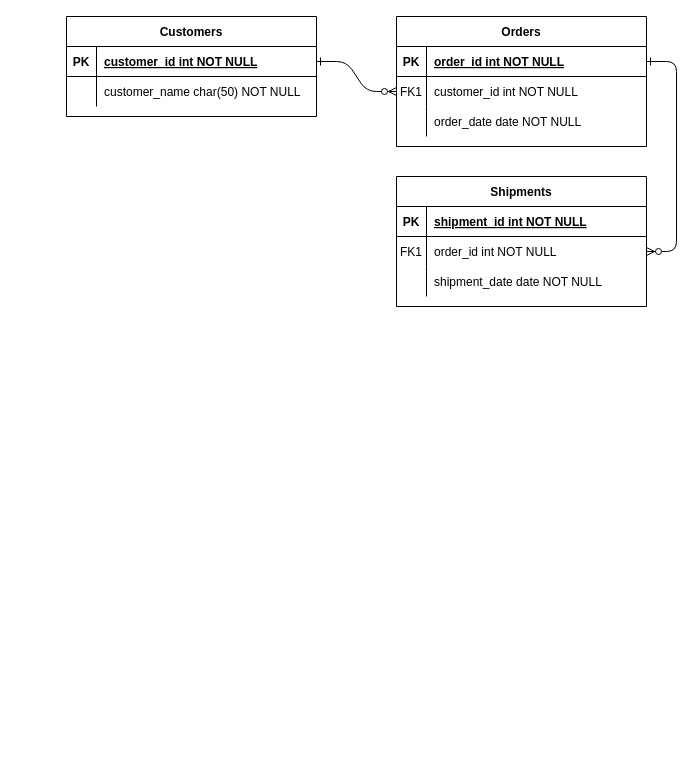
Before: Untitled Diagram.drawio in caiqalmeida/draw-io, a draw.io diagram. Source tidied: cells renumbered, new cells numbered last; positions are measured from the earlier drawing's top-left corner, leaving out a move shared by most shapes. Both pictures are drawn from the tidied source at 100%, with x=0, y=0 at pixel (66, 16).
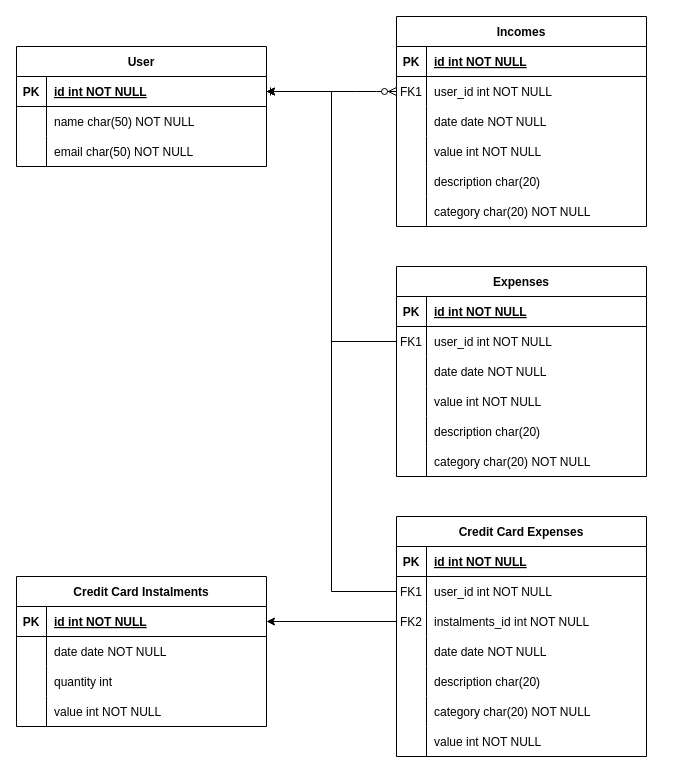
The same page after the edit.

The change refers to these unchanged cells:
```xml
<mxCell id="5" style="shape=partialRectangle;fillColor=none;points=[[0,0.5],[1,0.5]];portConstraint=eastwest;top=0;left=0;right=0;bottom=1;" parent="4" vertex="1">
  <mxGeometry y="30" width="250" height="30" as="geometry" />
</mxCell>
<mxCell id="8" style="shape=partialRectangle;fillColor=none;points=[[0,0.5],[1,0.5]];portConstraint=eastwest;top=0;left=0;right=0;bottom=0;" parent="4" vertex="1">
  <mxGeometry y="60" width="250" height="30" as="geometry" />
</mxCell>
<mxCell id="11" style="shape=partialRectangle;fillColor=none;top=0;left=0;right=0;bottom=0;" parent="4" vertex="1">
  <mxGeometry y="90" width="250" height="30" as="geometry" />
</mxCell>
<mxCell id="25" style="shape=partialRectangle;fillColor=none;points=[[0,0.5],[1,0.5]];portConstraint=eastwest;top=0;left=0;right=0;bottom=1;" parent="24" vertex="1">
  <mxGeometry y="30" width="250" height="30" as="geometry" />
</mxCell>
<mxCell id="28" style="shape=partialRectangle;fillColor=none;top=0;left=0;right=0;bottom=0;" parent="24" vertex="1">
  <mxGeometry y="60" width="250" height="30" as="geometry" />
</mxCell>
```

Diff of the diagram source:
```diff
@@
-    <mxCell id="3" style="edgeStyle=entityRelationEdgeStyle;endArrow=ERzeroToMany;startArrow=ERone;endFill=1;startFill=0;" parent="1" edge="1" source="5" target="18">
-      <mxGeometry relative="1" as="geometry" />
-    </mxCell>
-    <mxCell id="4" value="Orders" style="shape=table;startSize=30;childLayout=tableLayout;rowLines=0;fontStyle=1;align=center;" parent="1" vertex="1">
-      <mxGeometry x="330" width="250" height="130" as="geometry" />
+    <mxCell id="4" value="Incomes" style="shape=table;startSize=30;childLayout=tableLayout;rowLines=0;fontStyle=1;align=center;" parent="1" vertex="1">
+      <mxGeometry x="330" width="250" height="210" as="geometry" />
     </mxCell>
@@
-    <mxCell id="7" value="order_id int NOT NULL " style="shape=partialRectangle;overflow=hidden;fillColor=none;top=0;left=0;bottom=0;right=0;align=left;spacingLeft=6;fontStyle=5;" parent="5" vertex="1">
+    <mxCell id="7" value="id int NOT NULL " style="shape=partialRectangle;overflow=hidden;fillColor=none;top=0;left=0;bottom=0;right=0;align=left;spacingLeft=6;fontStyle=5;" parent="5" vertex="1">
       <mxGeometry x="30" width="220" height="30" as="geometry" />
     </mxCell>
@@
-    <mxCell id="10" value="customer_id int NOT NULL" style="shape=partialRectangle;overflow=hidden;fillColor=none;top=0;left=0;bottom=0;right=0;align=left;spacingLeft=6;" parent="8" vertex="1">
+    <mxCell id="10" value="user_id int NOT NULL" style="shape=partialRectangle;overflow=hidden;fillColor=none;top=0;left=0;bottom=0;right=0;align=left;spacingLeft=6;" parent="8" vertex="1">
       <mxGeometry x="30" width="220" height="30" as="geometry" />
     </mxCell>
@@
-    <mxCell id="13" value="order_date date NOT NULL" style="shape=partialRectangle;overflow=hidden;fillColor=none;top=0;left=0;bottom=0;right=0;align=left;spacingLeft=6;" parent="11" vertex="1">
+    <mxCell id="13" value="date date NOT NULL" style="shape=partialRectangle;overflow=hidden;fillColor=none;top=0;left=0;bottom=0;right=0;align=left;spacingLeft=6;" parent="11" vertex="1">
       <mxGeometry x="30" width="220" height="30" as="geometry" />
     </mxCell>
-    <mxCell id="14" value="Shipments" style="shape=table;startSize=30;childLayout=tableLayout;rowLines=0;fontStyle=1;align=center;" parent="1" vertex="1">
-      <mxGeometry x="330" y="160" width="250" height="130" as="geometry" />
-    </mxCell>
-    <mxCell id="15" style="shape=partialRectangle;fillColor=none;top=0;left=0;right=0;bottom=1;" parent="14" vertex="1">
-      <mxGeometry y="30" width="250" height="30" as="geometry" />
-    </mxCell>
-    <mxCell id="16" value="PK" style="shape=partialRectangle;overflow=hidden;fillColor=none;top=0;left=0;bottom=0;right=0;fontStyle=1;" parent="15" vertex="1">
-      <mxGeometry width="30" height="30" as="geometry" />
-    </mxCell>
-    <mxCell id="17" value="shipment_id int NOT NULL " style="shape=partialRectangle;overflow=hidden;fillColor=none;top=0;left=0;bottom=0;right=0;align=left;spacingLeft=6;fontStyle=5;" parent="15" vertex="1">
-      <mxGeometry x="30" width="220" height="30" as="geometry" />
-    </mxCell>
-    <mxCell id="18" style="shape=partialRectangle;fillColor=none;points=[[0,0.5],[1,0.5]];portConstraint=eastwest;top=0;left=0;right=0;bottom=0;" parent="14" vertex="1">
-      <mxGeometry y="60" width="250" height="30" as="geometry" />
-    </mxCell>
-    <mxCell id="19" value="FK1" style="shape=partialRectangle;overflow=hidden;fillColor=none;top=0;left=0;bottom=0;right=0;" parent="18" vertex="1">
-      <mxGeometry width="30" height="30" as="geometry" />
-    </mxCell>
-    <mxCell id="20" value="order_id int NOT NULL" style="shape=partialRectangle;overflow=hidden;fillColor=none;top=0;left=0;bottom=0;right=0;align=left;spacingLeft=6;" parent="18" vertex="1">
-      <mxGeometry x="30" width="220" height="30" as="geometry" />
-    </mxCell>
-    <mxCell id="21" style="shape=partialRectangle;fillColor=none;top=0;left=0;right=0;bottom=0;" parent="14" vertex="1">
-      <mxGeometry y="90" width="250" height="30" as="geometry" />
-    </mxCell>
-    <mxCell id="22" style="shape=partialRectangle;overflow=hidden;fillColor=none;top=0;left=0;bottom=0;right=0;" parent="21" vertex="1">
-      <mxGeometry width="30" height="30" as="geometry" />
-    </mxCell>
-    <mxCell id="23" value="shipment_date date NOT NULL" style="shape=partialRectangle;overflow=hidden;fillColor=none;top=0;left=0;bottom=0;right=0;align=left;spacingLeft=6;" parent="21" vertex="1">
-      <mxGeometry x="30" width="220" height="30" as="geometry" />
-    </mxCell>
+    <mxCell id="31" style="shape=partialRectangle;fillColor=none;top=0;left=0;right=0;bottom=0;" parent="4" vertex="1">
+      <mxGeometry y="120" width="250" height="30" as="geometry" />
+    </mxCell>
+    <mxCell id="32" style="shape=partialRectangle;overflow=hidden;fillColor=none;top=0;left=0;bottom=0;right=0;" parent="31" vertex="1">
+      <mxGeometry width="30" height="30" as="geometry" />
+    </mxCell>
+    <mxCell id="33" value="value int NOT NULL" style="shape=partialRectangle;overflow=hidden;fillColor=none;top=0;left=0;bottom=0;right=0;align=left;spacingLeft=6;" parent="31" vertex="1">
+      <mxGeometry x="30" width="220" height="30" as="geometry" />
+    </mxCell>
+    <mxCell id="34" style="shape=partialRectangle;fillColor=none;top=0;left=0;right=0;bottom=0;" parent="4" vertex="1">
+      <mxGeometry y="150" width="250" height="30" as="geometry" />
+    </mxCell>
+    <mxCell id="35" style="shape=partialRectangle;overflow=hidden;fillColor=none;top=0;left=0;bottom=0;right=0;" parent="34" vertex="1">
+      <mxGeometry width="30" height="30" as="geometry" />
+    </mxCell>
+    <mxCell id="36" value="description char(20)" style="shape=partialRectangle;overflow=hidden;fillColor=none;top=0;left=0;bottom=0;right=0;align=left;spacingLeft=6;" parent="34" vertex="1">
+      <mxGeometry x="30" width="220" height="30" as="geometry" />
+    </mxCell>
+    <mxCell id="37" style="shape=partialRectangle;fillColor=none;top=0;left=0;right=0;bottom=0;" parent="4" vertex="1">
+      <mxGeometry y="180" width="250" height="30" as="geometry" />
+    </mxCell>
+    <mxCell id="38" style="shape=partialRectangle;overflow=hidden;fillColor=none;top=0;left=0;bottom=0;right=0;" parent="37" vertex="1">
+      <mxGeometry width="30" height="30" as="geometry" />
+    </mxCell>
+    <mxCell id="39" value="category char(20) NOT NULL" style="shape=partialRectangle;overflow=hidden;fillColor=none;top=0;left=0;bottom=0;right=0;align=left;spacingLeft=6;" parent="37" vertex="1">
+      <mxGeometry x="30" width="220" height="30" as="geometry" />
+    </mxCell>
-    <mxCell id="24" value="Customers" style="shape=table;startSize=30;childLayout=tableLayout;rowLines=0;fontStyle=1;align=center;" parent="1" vertex="1">
-      <mxGeometry width="250" height="100" as="geometry" />
+    <mxCell id="24" value="User" style="shape=table;startSize=30;childLayout=tableLayout;rowLines=0;fontStyle=1;align=center;" parent="1" vertex="1">
+      <mxGeometry x="-50" y="30" width="250" height="120" as="geometry" />
     </mxCell>
@@
-    <mxCell id="27" value="customer_id int NOT NULL " style="shape=partialRectangle;overflow=hidden;fillColor=none;top=0;left=0;bottom=0;right=0;align=left;spacingLeft=6;fontStyle=5;" parent="25" vertex="1">
+    <mxCell id="27" value="id int NOT NULL " style="shape=partialRectangle;overflow=hidden;fillColor=none;top=0;left=0;bottom=0;right=0;align=left;spacingLeft=6;fontStyle=5;" parent="25" vertex="1">
       <mxGeometry x="30" width="220" height="30" as="geometry" />
     </mxCell>
@@
-    <mxCell id="30" value="customer_name char(50) NOT NULL" style="shape=partialRectangle;overflow=hidden;fillColor=none;top=0;left=0;bottom=0;right=0;align=left;spacingLeft=6;" parent="28" vertex="1">
+    <mxCell id="30" value="name char(50) NOT NULL" style="shape=partialRectangle;overflow=hidden;fillColor=none;top=0;left=0;bottom=0;right=0;align=left;spacingLeft=6;" parent="28" vertex="1">
       <mxGeometry x="30" width="220" height="30" as="geometry" />
     </mxCell>
+    <mxCell id="40" style="shape=partialRectangle;fillColor=none;top=0;left=0;right=0;bottom=0;" parent="24" vertex="1">
+      <mxGeometry y="90" width="250" height="30" as="geometry" />
+    </mxCell>
+    <mxCell id="41" style="shape=partialRectangle;overflow=hidden;fillColor=none;top=0;left=0;bottom=0;right=0;" parent="40" vertex="1">
+      <mxGeometry width="30" height="30" as="geometry" />
+    </mxCell>
+    <mxCell id="42" value="email char(50) NOT NULL" style="shape=partialRectangle;overflow=hidden;fillColor=none;top=0;left=0;bottom=0;right=0;align=left;spacingLeft=6;" parent="40" vertex="1">
+      <mxGeometry x="30" width="220" height="30" as="geometry" />
+    </mxCell>
+    <mxCell id="43" value="Expenses" style="shape=table;startSize=30;childLayout=tableLayout;rowLines=0;fontStyle=1;align=center;" parent="1" vertex="1">
+      <mxGeometry x="330" y="250" width="250" height="210" as="geometry" />
+    </mxCell>
+    <mxCell id="44" style="shape=partialRectangle;fillColor=none;top=0;left=0;right=0;bottom=1;" parent="43" vertex="1">
+      <mxGeometry y="30" width="250" height="30" as="geometry" />
+    </mxCell>
+    <mxCell id="45" value="PK" style="shape=partialRectangle;overflow=hidden;fillColor=none;top=0;left=0;bottom=0;right=0;fontStyle=1;" parent="44" vertex="1">
+      <mxGeometry width="30" height="30" as="geometry" />
+    </mxCell>
+    <mxCell id="46" value="id int NOT NULL " style="shape=partialRectangle;overflow=hidden;fillColor=none;top=0;left=0;bottom=0;right=0;align=left;spacingLeft=6;fontStyle=5;" parent="44" vertex="1">
+      <mxGeometry x="30" width="220" height="30" as="geometry" />
+    </mxCell>
+    <mxCell id="47" style="shape=partialRectangle;fillColor=none;points=[[0,0.5],[1,0.5]];portConstraint=eastwest;top=0;left=0;right=0;bottom=0;" parent="43" vertex="1">
+      <mxGeometry y="60" width="250" height="30" as="geometry" />
+    </mxCell>
+    <mxCell id="48" value="FK1" style="shape=partialRectangle;overflow=hidden;fillColor=none;top=0;left=0;bottom=0;right=0;" parent="47" vertex="1">
+      <mxGeometry width="30" height="30" as="geometry" />
+    </mxCell>
+    <mxCell id="49" value="user_id int NOT NULL" style="shape=partialRectangle;overflow=hidden;fillColor=none;top=0;left=0;bottom=0;right=0;align=left;spacingLeft=6;" parent="47" vertex="1">
+      <mxGeometry x="30" width="220" height="30" as="geometry" />
+    </mxCell>
+    <mxCell id="50" style="shape=partialRectangle;fillColor=none;top=0;left=0;right=0;bottom=0;" parent="43" vertex="1">
+      <mxGeometry y="90" width="250" height="30" as="geometry" />
+    </mxCell>
+    <mxCell id="51" style="shape=partialRectangle;overflow=hidden;fillColor=none;top=0;left=0;bottom=0;right=0;" parent="50" vertex="1">
+      <mxGeometry width="30" height="30" as="geometry" />
+    </mxCell>
+    <mxCell id="52" value="date date NOT NULL" style="shape=partialRectangle;overflow=hidden;fillColor=none;top=0;left=0;bottom=0;right=0;align=left;spacingLeft=6;" parent="50" vertex="1">
+      <mxGeometry x="30" width="220" height="30" as="geometry" />
+    </mxCell>
+    <mxCell id="53" style="shape=partialRectangle;fillColor=none;top=0;left=0;right=0;bottom=0;" parent="43" vertex="1">
+      <mxGeometry y="120" width="250" height="30" as="geometry" />
+    </mxCell>
+    <mxCell id="54" style="shape=partialRectangle;overflow=hidden;fillColor=none;top=0;left=0;bottom=0;right=0;" parent="53" vertex="1">
+      <mxGeometry width="30" height="30" as="geometry" />
+    </mxCell>
+    <mxCell id="55" value="value int NOT NULL" style="shape=partialRectangle;overflow=hidden;fillColor=none;top=0;left=0;bottom=0;right=0;align=left;spacingLeft=6;" parent="53" vertex="1">
+      <mxGeometry x="30" width="220" height="30" as="geometry" />
+    </mxCell>
+    <mxCell id="56" style="shape=partialRectangle;fillColor=none;top=0;left=0;right=0;bottom=0;" parent="43" vertex="1">
+      <mxGeometry y="150" width="250" height="30" as="geometry" />
+    </mxCell>
+    <mxCell id="57" style="shape=partialRectangle;overflow=hidden;fillColor=none;top=0;left=0;bottom=0;right=0;" parent="56" vertex="1">
+      <mxGeometry width="30" height="30" as="geometry" />
+    </mxCell>
+    <mxCell id="58" value="description char(20)" style="shape=partialRectangle;overflow=hidden;fillColor=none;top=0;left=0;bottom=0;right=0;align=left;spacingLeft=6;" parent="56" vertex="1">
+      <mxGeometry x="30" width="220" height="30" as="geometry" />
+    </mxCell>
+    <mxCell id="59" style="shape=partialRectangle;fillColor=none;top=0;left=0;right=0;bottom=0;" parent="43" vertex="1">
+      <mxGeometry y="180" width="250" height="30" as="geometry" />
+    </mxCell>
+    <mxCell id="60" style="shape=partialRectangle;overflow=hidden;fillColor=none;top=0;left=0;bottom=0;right=0;" parent="59" vertex="1">
+      <mxGeometry width="30" height="30" as="geometry" />
+    </mxCell>
+    <mxCell id="61" value="category char(20) NOT NULL" style="shape=partialRectangle;overflow=hidden;fillColor=none;top=0;left=0;bottom=0;right=0;align=left;spacingLeft=6;" parent="59" vertex="1">
+      <mxGeometry x="30" width="220" height="30" as="geometry" />
+    </mxCell>
+    <mxCell id="62" style="edgeStyle=orthogonalEdgeStyle;rounded=0;jettySize=auto;html=1;entryX=1;entryY=0.5;entryDx=0;entryDy=0;" parent="1" edge="1" source="47" target="25">
+      <mxGeometry relative="1" as="geometry" />
+    </mxCell>
+    <mxCell id="63" value="Credit Card Expenses" style="shape=table;startSize=30;childLayout=tableLayout;rowLines=0;fontStyle=1;align=center;" parent="1" vertex="1">
+      <mxGeometry x="330" y="500" width="250" height="240" as="geometry" />
+    </mxCell>
+    <mxCell id="64" style="shape=partialRectangle;fillColor=none;top=0;left=0;right=0;bottom=1;" parent="63" vertex="1">
+      <mxGeometry y="30" width="250" height="30" as="geometry" />
+    </mxCell>
+    <mxCell id="65" value="PK" style="shape=partialRectangle;overflow=hidden;fillColor=none;top=0;left=0;bottom=0;right=0;fontStyle=1;" parent="64" vertex="1">
+      <mxGeometry width="30" height="30" as="geometry" />
+    </mxCell>
+    <mxCell id="66" value="id int NOT NULL " style="shape=partialRectangle;overflow=hidden;fillColor=none;top=0;left=0;bottom=0;right=0;align=left;spacingLeft=6;fontStyle=5;" parent="64" vertex="1">
+      <mxGeometry x="30" width="220" height="30" as="geometry" />
+    </mxCell>
+    <mxCell id="67" style="shape=partialRectangle;fillColor=none;points=[[0,0.5],[1,0.5]];portConstraint=eastwest;top=0;left=0;right=0;bottom=0;" parent="63" vertex="1">
+      <mxGeometry y="60" width="250" height="30" as="geometry" />
+    </mxCell>
+    <mxCell id="68" value="FK1" style="shape=partialRectangle;overflow=hidden;fillColor=none;top=0;left=0;bottom=0;right=0;" parent="67" vertex="1">
+      <mxGeometry width="30" height="30" as="geometry" />
+    </mxCell>
+    <mxCell id="69" value="user_id int NOT NULL" style="shape=partialRectangle;overflow=hidden;fillColor=none;top=0;left=0;bottom=0;right=0;align=left;spacingLeft=6;" parent="67" vertex="1">
+      <mxGeometry x="30" width="220" height="30" as="geometry" />
+    </mxCell>
+    <mxCell id="70" style="shape=partialRectangle;fillColor=none;points=[[0,0.5],[1,0.5]];portConstraint=eastwest;top=0;left=0;right=0;bottom=0;" parent="63" vertex="1">
+      <mxGeometry y="90" width="250" height="30" as="geometry" />
+    </mxCell>
+    <mxCell id="71" value="FK2" style="shape=partialRectangle;overflow=hidden;fillColor=none;top=0;left=0;bottom=0;right=0;" parent="70" vertex="1">
+      <mxGeometry width="30" height="30" as="geometry" />
+    </mxCell>
+    <mxCell id="72" value="instalments_id int NOT NULL" style="shape=partialRectangle;overflow=hidden;fillColor=none;top=0;left=0;bottom=0;right=0;align=left;spacingLeft=6;" parent="70" vertex="1">
+      <mxGeometry x="30" width="220" height="30" as="geometry" />
+    </mxCell>
+    <mxCell id="73" style="shape=partialRectangle;fillColor=none;top=0;left=0;right=0;bottom=0;" parent="63" vertex="1">
+      <mxGeometry y="120" width="250" height="30" as="geometry" />
+    </mxCell>
+    <mxCell id="74" style="shape=partialRectangle;overflow=hidden;fillColor=none;top=0;left=0;bottom=0;right=0;" parent="73" vertex="1">
+      <mxGeometry width="30" height="30" as="geometry" />
+    </mxCell>
+    <mxCell id="75" value="date date NOT NULL" style="shape=partialRectangle;overflow=hidden;fillColor=none;top=0;left=0;bottom=0;right=0;align=left;spacingLeft=6;" parent="73" vertex="1">
+      <mxGeometry x="30" width="220" height="30" as="geometry" />
+    </mxCell>
+    <mxCell id="76" style="shape=partialRectangle;fillColor=none;top=0;left=0;right=0;bottom=0;" parent="63" vertex="1">
+      <mxGeometry y="150" width="250" height="30" as="geometry" />
+    </mxCell>
+    <mxCell id="77" style="shape=partialRectangle;overflow=hidden;fillColor=none;top=0;left=0;bottom=0;right=0;" parent="76" vertex="1">
+      <mxGeometry width="30" height="30" as="geometry" />
+    </mxCell>
+    <mxCell id="78" value="description char(20)" style="shape=partialRectangle;overflow=hidden;fillColor=none;top=0;left=0;bottom=0;right=0;align=left;spacingLeft=6;" parent="76" vertex="1">
+      <mxGeometry x="30" width="220" height="30" as="geometry" />
+    </mxCell>
+    <mxCell id="79" style="shape=partialRectangle;fillColor=none;top=0;left=0;right=0;bottom=0;" parent="63" vertex="1">
+      <mxGeometry y="180" width="250" height="30" as="geometry" />
+    </mxCell>
+    <mxCell id="80" style="shape=partialRectangle;overflow=hidden;fillColor=none;top=0;left=0;bottom=0;right=0;" parent="79" vertex="1">
+      <mxGeometry width="30" height="30" as="geometry" />
+    </mxCell>
+    <mxCell id="81" value="category char(20) NOT NULL" style="shape=partialRectangle;overflow=hidden;fillColor=none;top=0;left=0;bottom=0;right=0;align=left;spacingLeft=6;" parent="79" vertex="1">
+      <mxGeometry x="30" width="220" height="30" as="geometry" />
+    </mxCell>
+    <mxCell id="82" style="shape=partialRectangle;fillColor=none;top=0;left=0;right=0;bottom=0;" parent="63" vertex="1">
+      <mxGeometry y="210" width="250" height="30" as="geometry" />
+    </mxCell>
+    <mxCell id="83" style="shape=partialRectangle;overflow=hidden;fillColor=none;top=0;left=0;bottom=0;right=0;" parent="82" vertex="1">
+      <mxGeometry width="30" height="30" as="geometry" />
+    </mxCell>
+    <mxCell id="84" value="value int NOT NULL" style="shape=partialRectangle;overflow=hidden;fillColor=none;top=0;left=0;bottom=0;right=0;align=left;spacingLeft=6;" parent="82" vertex="1">
+      <mxGeometry x="30" width="220" height="30" as="geometry" />
+    </mxCell>
+    <mxCell id="85" style="edgeStyle=orthogonalEdgeStyle;rounded=0;jettySize=auto;html=1;entryX=1;entryY=0.5;entryDx=0;entryDy=0;" parent="1" edge="1" source="67" target="25">
+      <mxGeometry relative="1" as="geometry" />
+    </mxCell>
+    <mxCell id="86" value="Credit Card Instalments" style="shape=table;startSize=30;childLayout=tableLayout;rowLines=0;fontStyle=1;align=center;" parent="1" vertex="1">
+      <mxGeometry x="-50" y="560" width="250" height="150" as="geometry" />
+    </mxCell>
+    <mxCell id="87" style="shape=partialRectangle;fillColor=none;points=[[0,0.5],[1,0.5]];portConstraint=eastwest;top=0;left=0;right=0;bottom=1;" parent="86" vertex="1">
+      <mxGeometry y="30" width="250" height="30" as="geometry" />
+    </mxCell>
+    <mxCell id="88" value="PK" style="shape=partialRectangle;overflow=hidden;fillColor=none;top=0;left=0;bottom=0;right=0;fontStyle=1;" parent="87" vertex="1">
+      <mxGeometry width="30" height="30" as="geometry" />
+    </mxCell>
+    <mxCell id="89" value="id int NOT NULL " style="shape=partialRectangle;overflow=hidden;fillColor=none;top=0;left=0;bottom=0;right=0;align=left;spacingLeft=6;fontStyle=5;" parent="87" vertex="1">
+      <mxGeometry x="30" width="220" height="30" as="geometry" />
+    </mxCell>
+    <mxCell id="90" style="shape=partialRectangle;fillColor=none;top=0;left=0;right=0;bottom=0;" parent="86" vertex="1">
+      <mxGeometry y="60" width="250" height="30" as="geometry" />
+    </mxCell>
+    <mxCell id="91" style="shape=partialRectangle;overflow=hidden;fillColor=none;top=0;left=0;bottom=0;right=0;" parent="90" vertex="1">
+      <mxGeometry width="30" height="30" as="geometry" />
+    </mxCell>
+    <mxCell id="92" value="date date NOT NULL" style="shape=partialRectangle;overflow=hidden;fillColor=none;top=0;left=0;bottom=0;right=0;align=left;spacingLeft=6;" parent="90" vertex="1">
+      <mxGeometry x="30" width="220" height="30" as="geometry" />
+    </mxCell>
+    <mxCell id="93" style="shape=partialRectangle;fillColor=none;top=0;left=0;right=0;bottom=0;" parent="86" vertex="1">
+      <mxGeometry y="90" width="250" height="30" as="geometry" />
+    </mxCell>
+    <mxCell id="94" style="shape=partialRectangle;overflow=hidden;fillColor=none;top=0;left=0;bottom=0;right=0;" parent="93" vertex="1">
+      <mxGeometry width="30" height="30" as="geometry" />
+    </mxCell>
+    <mxCell id="95" value="quantity int" style="shape=partialRectangle;overflow=hidden;fillColor=none;top=0;left=0;bottom=0;right=0;align=left;spacingLeft=6;" parent="93" vertex="1">
+      <mxGeometry x="30" width="220" height="30" as="geometry" />
+    </mxCell>
+    <mxCell id="96" style="shape=partialRectangle;fillColor=none;top=0;left=0;right=0;bottom=0;" parent="86" vertex="1">
+      <mxGeometry y="120" width="250" height="30" as="geometry" />
+    </mxCell>
+    <mxCell id="97" style="shape=partialRectangle;overflow=hidden;fillColor=none;top=0;left=0;bottom=0;right=0;" parent="96" vertex="1">
+      <mxGeometry width="30" height="30" as="geometry" />
+    </mxCell>
+    <mxCell id="98" value="value int NOT NULL" style="shape=partialRectangle;overflow=hidden;fillColor=none;top=0;left=0;bottom=0;right=0;align=left;spacingLeft=6;" parent="96" vertex="1">
+      <mxGeometry x="30" width="220" height="30" as="geometry" />
+    </mxCell>
+    <mxCell id="99" style="edgeStyle=orthogonalEdgeStyle;rounded=0;jettySize=auto;html=1;exitX=0;exitY=0.5;exitDx=0;exitDy=0;entryX=1;entryY=0.5;entryDx=0;entryDy=0;" parent="1" edge="1" source="70" target="87">
+      <mxGeometry relative="1" as="geometry" />
+    </mxCell>
```
